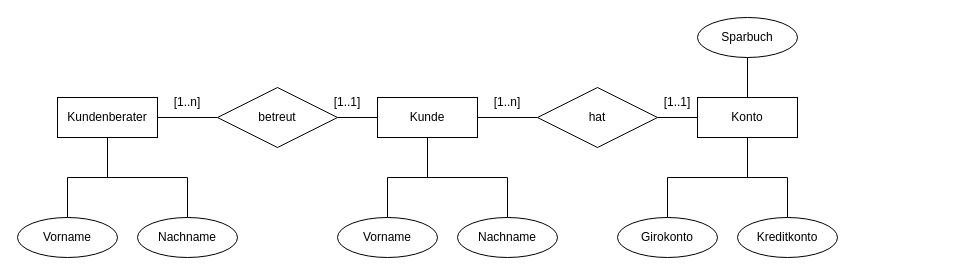
Yeah-Jack/sql-diagrams keeps this draw.io diagram as src/Bank.drawio. Above is the earlier version. Source tidied: cells renumbered, new cells numbered last; positions are measured from the earlier drawing's top-left corner, leaving out a move shared by most shapes. Both pictures are drawn from the tidied source at 100%, with x=0, y=0 at pixel (17, 17).
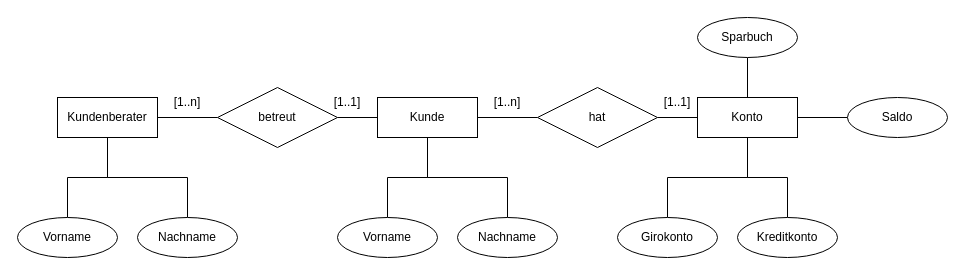
Above is the later version.

The change refers to these unchanged cells:
```xml
<mxCell id="15" value="Konto" style="whiteSpace=wrap;html=1;align=center;" parent="1" vertex="1">
  <mxGeometry x="680" y="80" width="100" height="40" as="geometry" />
</mxCell>
```

Diff of the diagram source:
```diff
@@
+    <mxCell id="29" style="edgeStyle=orthogonalEdgeStyle;rounded=0;jettySize=auto;html=1;endArrow=none;endFill=0;" parent="1" edge="1" source="30" target="15">
+      <mxGeometry relative="1" as="geometry" />
+    </mxCell>
+    <mxCell id="30" value="Saldo" style="ellipse;whiteSpace=wrap;html=1;align=center;" parent="1" vertex="1">
+      <mxGeometry x="830" y="80" width="100" height="40" as="geometry" />
+    </mxCell>
```
